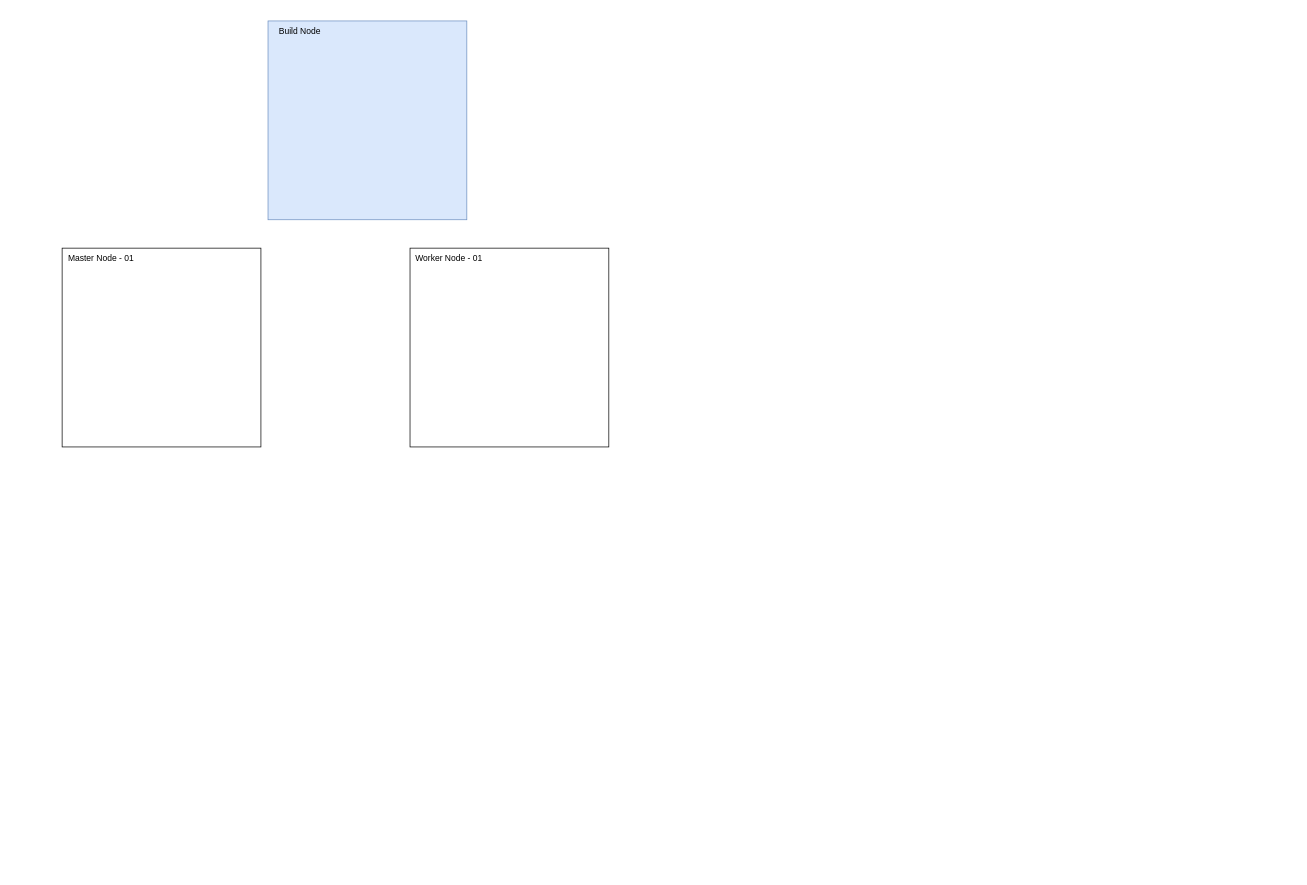
Before: docs/images/Architecture.drawio in suikast42/nomadder, a draw.io diagram. Source tidied: cells renumbered, new cells numbered last; positions are measured from the earlier drawing's top-left corner, leaving out a move shared by most shapes. Both pictures are drawn from the tidied source at 71%, with x=0, y=0 at pixel (62, 21).
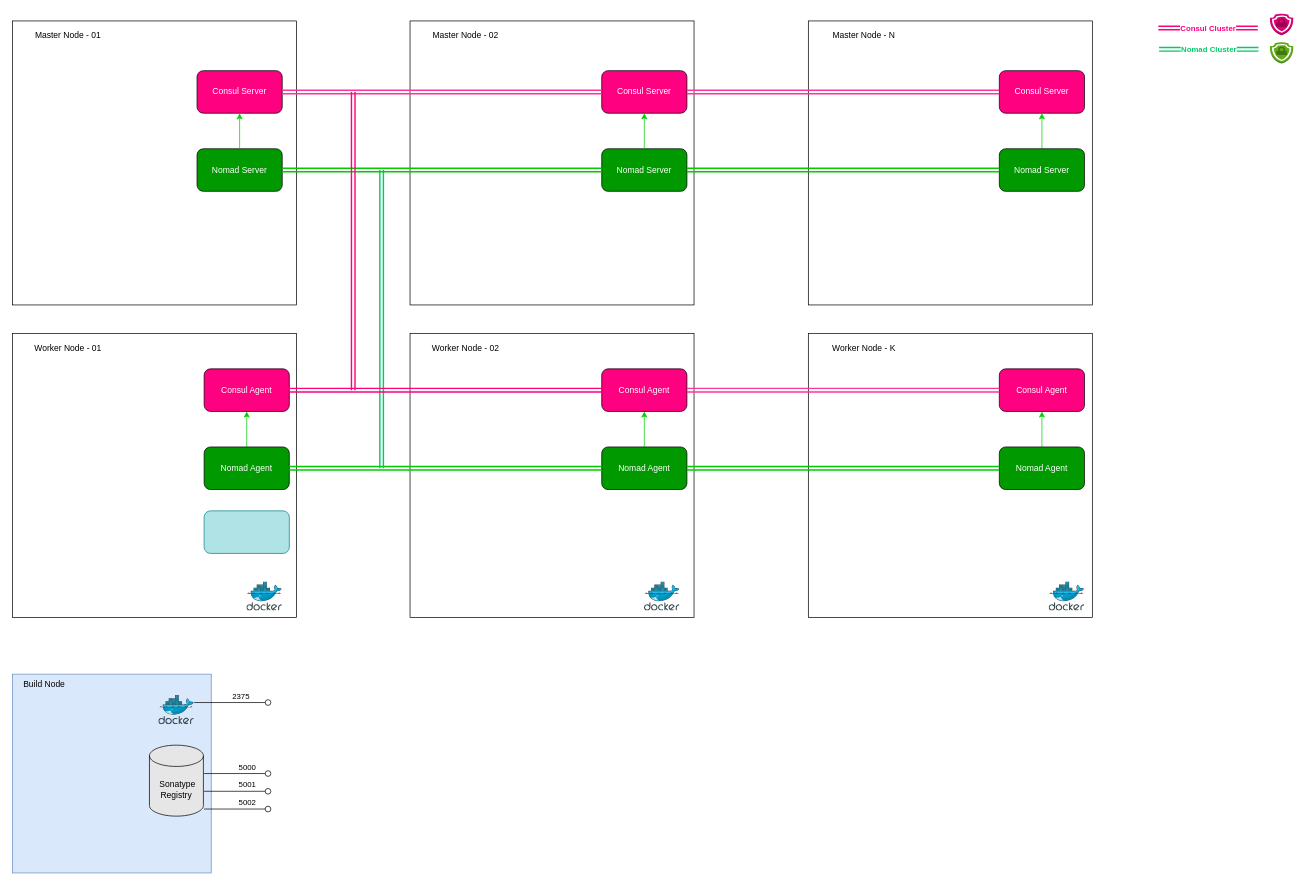
After the change.

The edit, as a diff of the source:
```diff
@@
-    <mxCell id="2" style="group;" parent="1" vertex="1">
-      <mxGeometry x="290" width="280" height="280" as="geometry" />
+    <mxCell id="2" style="group;fillColor=#E6E6E6;" parent="1" vertex="1">
+      <mxGeometry x="-70" y="920" width="280" height="280" as="geometry" />
     </mxCell>
@@
+    <mxCell id="11" style="sketch=0;html=1;align=center;image;fontSize=12;image=img/lib/mscae/Docker.svg;labelPosition=center;verticalLabelPosition=top;verticalAlign=bottom;labelBackgroundColor=none;" parent="2" vertex="1">
+      <mxGeometry x="206" y="30" width="50" height="41" as="geometry" />
+    </mxCell>
+    <mxCell id="12" value="&lt;span style=&quot;background-color: initial;&quot;&gt;&amp;nbsp;Sonatype Registry&lt;/span&gt;" style="shape=cylinder3;whiteSpace=wrap;html=1;boundedLbl=1;backgroundOutline=1;size=15;labelBackgroundColor=none;fontColor=none;fillColor=#E6E6E6;" parent="2" vertex="1">
+      <mxGeometry x="193" y="100" width="76" height="100" as="geometry" />
+    </mxCell>
+    <mxCell id="13" value="2375" style="html=1;verticalAlign=bottom;labelBackgroundColor=none;endArrow=oval;endFill=0;endSize=8;rounded=0;fontColor=none;align=left;" parent="1" edge="1">
+      <mxGeometry relative="1" as="geometry">
+        <mxPoint x="186" y="960" as="sourcePoint" />
+        <mxPoint x="290" y="960" as="targetPoint" />
+      </mxGeometry>
+    </mxCell>
+    <mxCell id="14" value="5000" style="html=1;verticalAlign=bottom;labelBackgroundColor=none;endArrow=oval;endFill=0;endSize=8;rounded=0;fontColor=none;align=left;" parent="1" edge="1">
+      <mxGeometry x="0.05" relative="1" as="geometry">
+        <mxPoint x="200" y="1060" as="sourcePoint" />
+        <mxPoint x="290" y="1060" as="targetPoint" />
+      </mxGeometry>
+    </mxCell>
+    <mxCell id="15" value="5001" style="html=1;verticalAlign=bottom;labelBackgroundColor=none;endArrow=oval;endFill=0;endSize=8;rounded=0;fontColor=none;align=left;" parent="1" edge="1">
+      <mxGeometry x="0.05" relative="1" as="geometry">
+        <mxPoint x="200" y="1085" as="sourcePoint" />
+        <mxPoint x="290" y="1085" as="targetPoint" />
+      </mxGeometry>
+    </mxCell>
+    <mxCell id="16" value="5002" style="html=1;verticalAlign=bottom;labelBackgroundColor=none;endArrow=oval;endFill=0;endSize=8;rounded=0;fontColor=none;align=left;" parent="1" edge="1">
+      <mxGeometry x="0.05" relative="1" as="geometry">
+        <mxPoint x="200" y="1110" as="sourcePoint" />
+        <mxPoint x="290" y="1110" as="targetPoint" />
+      </mxGeometry>
+    </mxCell>
     <mxCell id="5" style="group;" parent="1" vertex="1">
-      <mxGeometry y="320" width="280" height="280" as="geometry" />
+      <mxGeometry x="10" y="320" width="1724" height="690" as="geometry" />
     </mxCell>
+    <mxCell id="17" style="group;" parent="5" vertex="1">
+      <mxGeometry x="1534" y="-330" width="190" height="70" as="geometry" />
+    </mxCell>
+    <mxCell id="18" value="&lt;b&gt;Consul Cluster&lt;/b&gt;" style="endArrow=classic;startArrow=classic;html=1;rounded=0;strokeColor=#FF0080;strokeWidth=2;fontColor=#FF0080;shape=link;" parent="17" edge="1">
+      <mxGeometry relative="1" as="geometry">
+        <mxPoint y="20" as="sourcePoint" />
+        <mxPoint x="140" y="20" as="targetPoint" />
+      </mxGeometry>
+    </mxCell>
+    <mxCell id="19" value="&lt;b&gt;Nomad Cluster&lt;/b&gt;" style="endArrow=classic;startArrow=classic;html=1;rounded=0;strokeColor=#00CC66;strokeWidth=2;fontColor=#00CC66;shape=link;" parent="17" edge="1">
+      <mxGeometry relative="1" as="geometry">
+        <mxPoint x="1" y="50" as="sourcePoint" />
+        <mxPoint x="141" y="50" as="targetPoint" />
+      </mxGeometry>
+    </mxCell>
+    <mxCell id="20" style="dashed=0;verticalLabelPosition=bottom;verticalAlign=top;align=center;html=1;shape=mxgraph.aws3.ssl_padlock;labelBackgroundColor=none;strokeWidth=5;fillColor=#d80073;strokeColor=#A50040;fontColor=#ffffff;" parent="17" vertex="1">
+      <mxGeometry x="157" width="33" height="30" as="geometry" />
+    </mxCell>
+    <mxCell id="21" style="dashed=0;verticalLabelPosition=bottom;verticalAlign=top;align=center;html=1;shape=mxgraph.aws3.ssl_padlock;fillColor=#60a917;labelBackgroundColor=#FFFFCC;strokeColor=#2D7600;strokeWidth=5;fontColor=#ffffff;" parent="17" vertex="1">
+      <mxGeometry x="157" y="40" width="33" height="30" as="geometry" />
+    </mxCell>
+    <mxCell id="22" style="group;fontColor=#FFFFFF;labelBackgroundColor=none;" parent="1" vertex="1">
+      <mxGeometry x="-70" y="440" width="400" height="400" as="geometry" />
+    </mxCell>
+    <mxCell id="23" style="whiteSpace=wrap;html=1;" parent="22" vertex="1">
+      <mxGeometry width="400" height="400" as="geometry" />
+    </mxCell>
+    <mxCell id="10" value="Worker Node - 01" style="text;html=1;strokeColor=none;fillColor=none;align=center;verticalAlign=middle;whiteSpace=wrap;rounded=0;" parent="22" vertex="1">
+      <mxGeometry width="157.1" height="42.9" as="geometry" />
+    </mxCell>
+    <mxCell id="24" style="sketch=0;html=1;align=center;image;fontSize=12;image=img/lib/mscae/Docker.svg;labelPosition=center;verticalLabelPosition=top;verticalAlign=bottom;labelBackgroundColor=none;" parent="22" vertex="1">
+      <mxGeometry x="330" y="350" width="50" height="41" as="geometry" />
+    </mxCell>
+    <mxCell id="25" value="Consul Agent" style="rounded=1;whiteSpace=wrap;html=1;labelBackgroundColor=none;fontColor=#FFFFFF;fillColor=#FF0080;" parent="22" vertex="1">
+      <mxGeometry x="270" y="50" width="120" height="60" as="geometry" />
+    </mxCell>
+    <mxCell id="26" style="edgeStyle=orthogonalEdgeStyle;rounded=0;jettySize=auto;html=1;exitX=0.5;exitY=0;exitDx=0;exitDy=0;strokeColor=#00CC00;fontColor=#00CC00;" parent="22" edge="1" source="27" target="25">
+      <mxGeometry relative="1" as="geometry" />
+    </mxCell>
+    <mxCell id="27" value="Nomad Agent" style="rounded=1;whiteSpace=wrap;html=1;labelBackgroundColor=none;fontColor=#FFFFFF;fillColor=#009900;" parent="22" vertex="1">
+      <mxGeometry x="270" y="160" width="120" height="60" as="geometry" />
+    </mxCell>
+    <mxCell id="28" style="rounded=1;whiteSpace=wrap;html=1;labelBackgroundColor=#FFFFCC;strokeColor=#0e8088;strokeWidth=1;fillColor=#b0e3e6;" parent="22" vertex="1">
+      <mxGeometry x="270" y="250" width="120" height="60" as="geometry" />
+    </mxCell>
+    <mxCell id="29" style="group;" parent="1" vertex="1">
+      <mxGeometry x="490" width="400" height="430" as="geometry" />
+    </mxCell>
+    <mxCell id="30" style="whiteSpace=wrap;html=1;" parent="29" vertex="1">
+      <mxGeometry width="400" height="400" as="geometry" />
+    </mxCell>
+    <mxCell id="31" value="Master Node - 02" style="text;html=1;strokeColor=none;fillColor=none;align=center;verticalAlign=middle;whiteSpace=wrap;rounded=0;" parent="29" vertex="1">
+      <mxGeometry width="157.1" height="42.9" as="geometry" />
+    </mxCell>
+    <mxCell id="32" value="Consul Server" style="rounded=1;whiteSpace=wrap;html=1;labelBackgroundColor=none;fontColor=#FFFFFF;fillColor=#FF0080;" parent="29" vertex="1">
+      <mxGeometry x="270" y="70" width="120" height="60" as="geometry" />
+    </mxCell>
+    <mxCell id="33" value="Nomad Server" style="rounded=1;whiteSpace=wrap;html=1;labelBackgroundColor=none;fontColor=#FFFFFF;fillColor=#009900;" parent="29" vertex="1">
+      <mxGeometry x="270" y="180" width="120" height="60" as="geometry" />
+    </mxCell>
+    <mxCell id="34" style="edgeStyle=orthogonalEdgeStyle;rounded=0;jettySize=auto;html=1;exitX=0.5;exitY=0;exitDx=0;exitDy=0;fontColor=#FFFFFF;strokeColor=#00CC00;" parent="29" edge="1" source="33" target="32">
+      <mxGeometry relative="1" as="geometry" />
+    </mxCell>
+    <mxCell id="35" style="group;" parent="1" vertex="1">
+      <mxGeometry x="1051" width="400" height="400" as="geometry" />
+    </mxCell>
+    <mxCell id="36" style="whiteSpace=wrap;html=1;" parent="35" vertex="1">
+      <mxGeometry width="400" height="400" as="geometry" />
+    </mxCell>
+    <mxCell id="37" value="Master Node - N" style="text;html=1;strokeColor=none;fillColor=none;align=center;verticalAlign=middle;whiteSpace=wrap;rounded=0;" parent="35" vertex="1">
+      <mxGeometry width="157.1" height="42.9" as="geometry" />
+    </mxCell>
+    <mxCell id="38" value="Consul Server" style="rounded=1;whiteSpace=wrap;html=1;labelBackgroundColor=none;fontColor=#FFFFFF;fillColor=#FF0080;" parent="35" vertex="1">
+      <mxGeometry x="269" y="70" width="120" height="60" as="geometry" />
+    </mxCell>
+    <mxCell id="39" style="edgeStyle=orthogonalEdgeStyle;rounded=0;jettySize=auto;html=1;exitX=0.5;exitY=0;exitDx=0;exitDy=0;fontColor=#FFFFFF;strokeColor=#00CC00;" parent="35" edge="1" source="40" target="38">
+      <mxGeometry relative="1" as="geometry" />
+    </mxCell>
+    <mxCell id="40" value="Nomad Server" style="rounded=1;whiteSpace=wrap;html=1;labelBackgroundColor=none;fontColor=#FFFFFF;fillColor=#009900;" parent="35" vertex="1">
+      <mxGeometry x="269" y="180" width="120" height="60" as="geometry" />
+    </mxCell>
+    <mxCell id="41" style="group;" parent="1" vertex="1">
+      <mxGeometry x="490" y="440" width="400" height="400" as="geometry" />
+    </mxCell>
+    <mxCell id="42" style="whiteSpace=wrap;html=1;" parent="41" vertex="1">
+      <mxGeometry width="400" height="400" as="geometry" />
+    </mxCell>
+    <mxCell id="43" value="Worker Node - 02" style="text;html=1;strokeColor=none;fillColor=none;align=center;verticalAlign=middle;whiteSpace=wrap;rounded=0;" parent="41" vertex="1">
+      <mxGeometry width="157.1" height="42.9" as="geometry" />
+    </mxCell>
+    <mxCell id="44" style="sketch=0;html=1;align=center;image;fontSize=12;image=img/lib/mscae/Docker.svg;labelPosition=center;verticalLabelPosition=top;verticalAlign=bottom;labelBackgroundColor=none;" parent="41" vertex="1">
+      <mxGeometry x="330" y="350" width="50" height="41" as="geometry" />
+    </mxCell>
+    <mxCell id="45" value="Consul Agent" style="rounded=1;whiteSpace=wrap;html=1;labelBackgroundColor=none;fontColor=#FFFFFF;fillColor=#FF0080;" parent="41" vertex="1">
+      <mxGeometry x="270" y="50" width="120" height="60" as="geometry" />
+    </mxCell>
+    <mxCell id="46" style="edgeStyle=orthogonalEdgeStyle;rounded=0;jettySize=auto;html=1;exitX=0.5;exitY=0;exitDx=0;exitDy=0;strokeColor=#00CC00;fontColor=#00CC00;" parent="41" edge="1" source="47" target="45">
+      <mxGeometry relative="1" as="geometry" />
+    </mxCell>
+    <mxCell id="47" value="Nomad Agent" style="rounded=1;whiteSpace=wrap;html=1;labelBackgroundColor=none;fontColor=#FFFFFF;fillColor=#009900;" parent="41" vertex="1">
+      <mxGeometry x="270" y="160" width="120" height="60" as="geometry" />
+    </mxCell>
+    <mxCell id="48" style="group;" parent="1" vertex="1">
+      <mxGeometry x="1051" y="440" width="400" height="400" as="geometry" />
+    </mxCell>
+    <mxCell id="49" style="whiteSpace=wrap;html=1;" parent="48" vertex="1">
+      <mxGeometry width="400" height="400" as="geometry" />
+    </mxCell>
+    <mxCell id="50" value="Worker Node - K" style="text;html=1;strokeColor=none;fillColor=none;align=center;verticalAlign=middle;whiteSpace=wrap;rounded=0;" parent="48" vertex="1">
+      <mxGeometry width="157.1" height="42.9" as="geometry" />
+    </mxCell>
+    <mxCell id="51" style="sketch=0;html=1;align=center;image;fontSize=12;image=img/lib/mscae/Docker.svg;labelPosition=center;verticalLabelPosition=top;verticalAlign=bottom;labelBackgroundColor=none;" parent="48" vertex="1">
+      <mxGeometry x="339" y="350" width="50" height="41" as="geometry" />
+    </mxCell>
+    <mxCell id="52" value="Consul Agent" style="rounded=1;whiteSpace=wrap;html=1;labelBackgroundColor=none;fontColor=#FFFFFF;fillColor=#FF0080;" parent="48" vertex="1">
+      <mxGeometry x="269" y="50" width="120" height="60" as="geometry" />
+    </mxCell>
+    <mxCell id="53" style="edgeStyle=orthogonalEdgeStyle;rounded=0;jettySize=auto;html=1;exitX=0.5;exitY=0;exitDx=0;exitDy=0;strokeColor=#00CC00;fontColor=#00CC00;" parent="48" edge="1" source="54" target="52">
+      <mxGeometry relative="1" as="geometry" />
+    </mxCell>
+    <mxCell id="54" value="Nomad Agent" style="rounded=1;whiteSpace=wrap;html=1;labelBackgroundColor=none;fontColor=#FFFFFF;fillColor=#009900;" parent="48" vertex="1">
+      <mxGeometry x="269" y="160" width="120" height="60" as="geometry" />
+    </mxCell>
+    <mxCell id="55" style="edgeStyle=orthogonalEdgeStyle;shape=link;rounded=0;jettySize=auto;html=1;strokeColor=#FF3399;strokeWidth=2;fontColor=#00CC00;" parent="1" edge="1" source="32" target="38">
+      <mxGeometry relative="1" as="geometry" />
+    </mxCell>
+    <mxCell id="56" style="edgeStyle=orthogonalEdgeStyle;shape=link;rounded=0;jettySize=auto;html=1;strokeColor=#FF3399;strokeWidth=2;fontColor=#00CC00;" parent="1" edge="1" source="45" target="52">
+      <mxGeometry relative="1" as="geometry" />
+    </mxCell>
+    <mxCell id="57" style="edgeStyle=orthogonalEdgeStyle;shape=link;rounded=0;jettySize=auto;html=1;strokeColor=#00CC00;strokeWidth=2;fontColor=#00CC00;" parent="1" edge="1" source="27" target="47">
+      <mxGeometry relative="1" as="geometry" />
+    </mxCell>
+    <mxCell id="58" style="edgeStyle=orthogonalEdgeStyle;shape=link;rounded=0;jettySize=auto;html=1;strokeColor=#00CC00;strokeWidth=2;fontColor=#00CC00;" parent="1" edge="1" source="47" target="54">
+      <mxGeometry relative="1" as="geometry" />
+    </mxCell>
+    <mxCell id="59" style="edgeStyle=orthogonalEdgeStyle;shape=link;rounded=0;jettySize=auto;html=1;strokeColor=#00CC00;strokeWidth=2;fontColor=#00CC00;" parent="1" edge="1" source="33" target="40">
+      <mxGeometry relative="1" as="geometry" />
+    </mxCell>
-    <mxCell id="6" style="whiteSpace=wrap;html=1;" parent="5" vertex="1">
-      <mxGeometry width="280" height="280" as="geometry" />
+    <mxCell id="6" style="whiteSpace=wrap;html=1;" parent="1" vertex="1">
+      <mxGeometry x="-70" width="400" height="400" as="geometry" />
     </mxCell>
-    <mxCell id="7" value="Master Node - 01" style="text;html=1;strokeColor=none;fillColor=none;align=center;verticalAlign=middle;whiteSpace=wrap;rounded=0;" parent="5" vertex="1">
-      <mxGeometry width="110" height="30" as="geometry" />
+    <mxCell id="7" value="Master Node - 01" style="text;html=1;strokeColor=none;fillColor=none;align=center;verticalAlign=middle;whiteSpace=wrap;rounded=0;" parent="1" vertex="1">
+      <mxGeometry x="-70" width="157.1" height="42.9" as="geometry" />
     </mxCell>
-    <mxCell id="8" style="group;" parent="1" vertex="1">
-      <mxGeometry x="490" y="320" width="280" height="280" as="geometry" />
-    </mxCell>
-    <mxCell id="9" style="whiteSpace=wrap;html=1;" parent="8" vertex="1">
-      <mxGeometry width="280" height="280" as="geometry" />
-    </mxCell>
-    <mxCell id="10" value="Worker Node - 01" style="text;html=1;strokeColor=none;fillColor=none;align=center;verticalAlign=middle;whiteSpace=wrap;rounded=0;" parent="8" vertex="1">
-      <mxGeometry width="110" height="30" as="geometry" />
-    </mxCell>
+    <mxCell id="60" value="Consul Server" style="rounded=1;whiteSpace=wrap;html=1;labelBackgroundColor=none;fontColor=#FFFFFF;fillColor=#FF0080;" parent="1" vertex="1">
+      <mxGeometry x="190" y="70" width="120" height="60" as="geometry" />
+    </mxCell>
+    <mxCell id="61" value="Nomad Server" style="rounded=1;whiteSpace=wrap;html=1;labelBackgroundColor=none;fontColor=#FFFFFF;fillColor=#009900;" parent="1" vertex="1">
+      <mxGeometry x="190" y="180" width="120" height="60" as="geometry" />
+    </mxCell>
+    <mxCell id="62" style="edgeStyle=orthogonalEdgeStyle;rounded=0;jettySize=auto;html=1;fontColor=#FFFFFF;strokeColor=#00CC00;" parent="1" edge="1" source="61" target="60">
+      <mxGeometry relative="1" as="geometry" />
+    </mxCell>
+    <mxCell id="63" style="endArrow=classic;startArrow=classic;html=1;rounded=0;strokeColor=#00CC66;strokeWidth=2;fontColor=#00CC00;shape=link;" parent="1" edge="1">
+      <mxGeometry relative="1" as="geometry">
+        <mxPoint x="450" y="630" as="sourcePoint" />
+        <mxPoint x="450" y="210" as="targetPoint" />
+      </mxGeometry>
+    </mxCell>
+    <mxCell id="64" style="edgeStyle=orthogonalEdgeStyle;rounded=0;jettySize=auto;html=1;strokeColor=#FF3399;fontColor=#00CC00;strokeWidth=2;shape=link;" parent="1" edge="1" source="60" target="32">
+      <mxGeometry relative="1" as="geometry" />
+    </mxCell>
+    <mxCell id="65" style="edgeStyle=orthogonalEdgeStyle;shape=link;rounded=0;jettySize=auto;html=1;strokeColor=#00CC00;strokeWidth=2;fontColor=#00CC00;" parent="1" edge="1" source="61" target="33">
+      <mxGeometry relative="1" as="geometry" />
+    </mxCell>
+    <mxCell id="66" style="edgeStyle=orthogonalEdgeStyle;shape=link;rounded=0;jettySize=auto;html=1;strokeColor=#FF0080;strokeWidth=2;fontColor=#00CC00;" parent="1" edge="1" source="25" target="45">
+      <mxGeometry relative="1" as="geometry" />
+    </mxCell>
+    <mxCell id="67" style="endArrow=classic;startArrow=classic;html=1;rounded=0;strokeColor=#FF0080;strokeWidth=2;fontColor=#00CC00;shape=link;" parent="1" edge="1">
+      <mxGeometry relative="1" as="geometry">
+        <mxPoint x="410" y="520" as="sourcePoint" />
+        <mxPoint x="410" y="100" as="targetPoint" />
+      </mxGeometry>
+    </mxCell>
```
